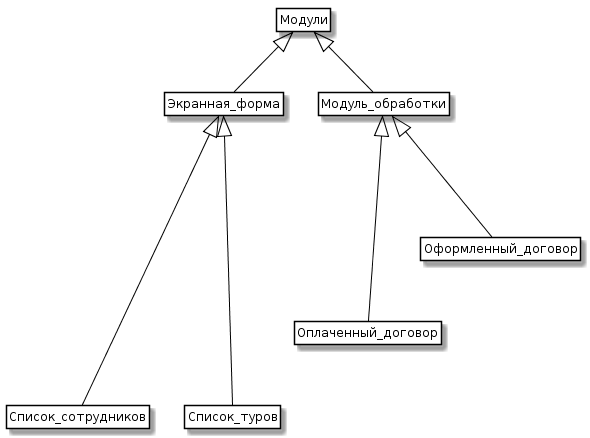
The PlantUML diagram modules.png in really562/prokofev.github.io, before a commit. Source of this version:
```plantuml
@startuml
skinparam class {
	BackgroundColor White
	ArrowColor Black
	BorderColor Black
}
class Экранная_форма
class Модуль_обработки
class Оплаченный_договор
class Оформленный_договор
class Список_сотрудников
class Список_туров

Экранная_форма <|----- Список_сотрудников
Экранная_форма <|----- Список_туров
Модуль_обработки <|--- Оформленный_договор
Модуль_обработки <|---- Оплаченный_договор
Модули <|-- Модуль_обработки
Модули <|-- Экранная_форма

hide members
hide circle
hide methods
@enduml
```
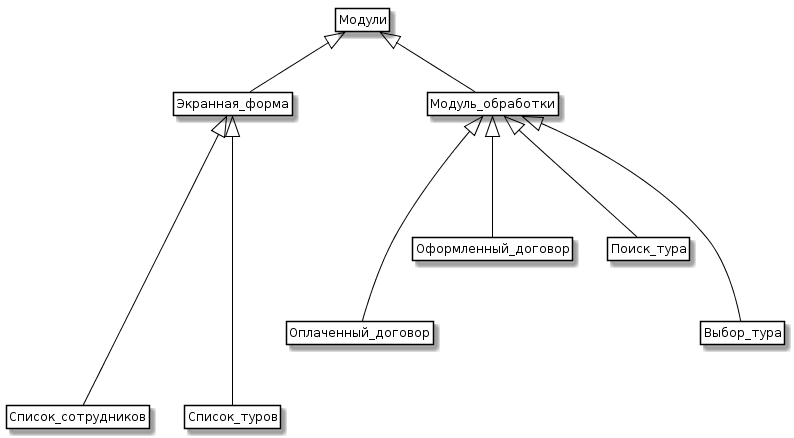
The same diagram one commit later.

What changed in the source:
```diff
@@ -10,9 +10,13 @@
 class Оформленный_договор
 class Список_сотрудников
 class Список_туров
+class Поиск_тура
+class Выбор_тура
 
 Экранная_форма <|----- Список_сотрудников
 Экранная_форма <|----- Список_туров
+Модуль_обработки <|--- Поиск_тура
+Модуль_обработки <|---- Выбор_тура
 Модуль_обработки <|--- Оформленный_договор
 Модуль_обработки <|---- Оплаченный_договор
 Модули <|-- Модуль_обработки
```
